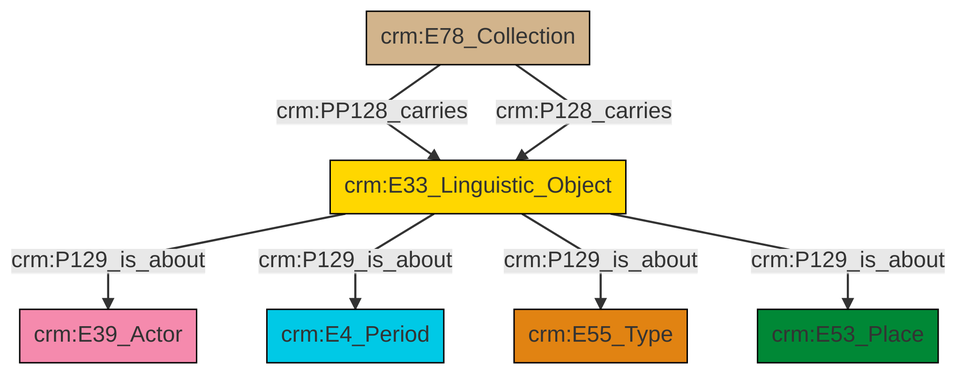
The Mermaid diagram et/archivalCSV/ttl/mmd/png/archival_aboutness.png in swiss-art-research-net/docs.swissartresearch, before a commit. Its source is kept beside it as et/archivalCSV/ttl/mmd/archival_aboutness.ttl.mmd.
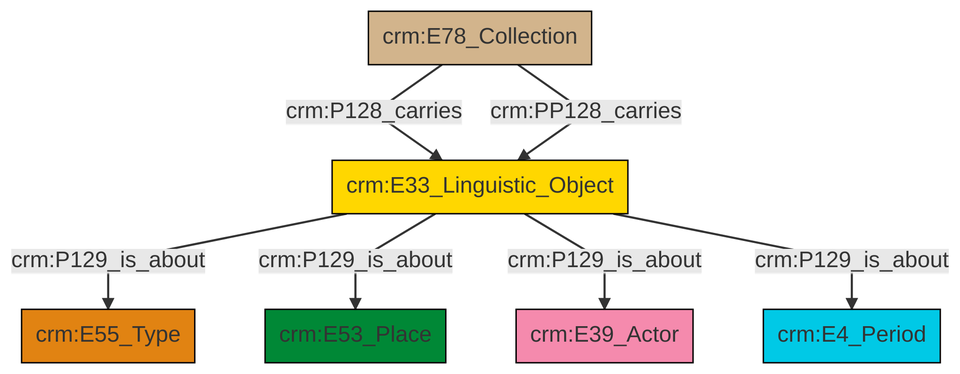
The same file after the commit.

Change to the diagram source:
```diff
@@ -13,9 +13,9 @@
 classDef PC_Classes fill:#4ce600, stroke:#000000;
 classDef Multi fill:#cccccc,stroke:#000000;
 
-4["crm:E33_Linguistic_Object"]:::Conceptual_Object -->|crm:P129_is_about| 5["crm:E39_Actor"]:::Actor
-4["crm:E33_Linguistic_Object"]:::Conceptual_Object -->|crm:P129_is_about| 2["crm:E4_Period"]:::Temporal_Entity
-7["crm:E78_Collection"]:::Physical_Thing -->|crm:PP128_carries| 4["crm:E33_Linguistic_Object"]:::Conceptual_Object
-4["crm:E33_Linguistic_Object"]:::Conceptual_Object -->|crm:P129_is_about| 0["crm:E55_Type"]:::Type
-7["crm:E78_Collection"]:::Physical_Thing -->|crm:P128_carries| 4["crm:E33_Linguistic_Object"]:::Conceptual_Object
-4["crm:E33_Linguistic_Object"]:::Conceptual_Object -->|crm:P129_is_about| 8["crm:E53_Place"]:::Place
+4["crm:E78_Collection"]:::Physical_Thing -->|crm:P128_carries| 5["crm:E33_Linguistic_Object"]:::Conceptual_Object
+5["crm:E33_Linguistic_Object"]:::Conceptual_Object -->|crm:P129_is_about| 6["crm:E55_Type"]:::Type
+4["crm:E78_Collection"]:::Physical_Thing -->|crm:PP128_carries| 5["crm:E33_Linguistic_Object"]:::Conceptual_Object
+5["crm:E33_Linguistic_Object"]:::Conceptual_Object -->|crm:P129_is_about| 7["crm:E53_Place"]:::Place
+5["crm:E33_Linguistic_Object"]:::Conceptual_Object -->|crm:P129_is_about| 0["crm:E39_Actor"]:::Actor
+5["crm:E33_Linguistic_Object"]:::Conceptual_Object -->|crm:P129_is_about| 2["crm:E4_Period"]:::Temporal_Entity
```
